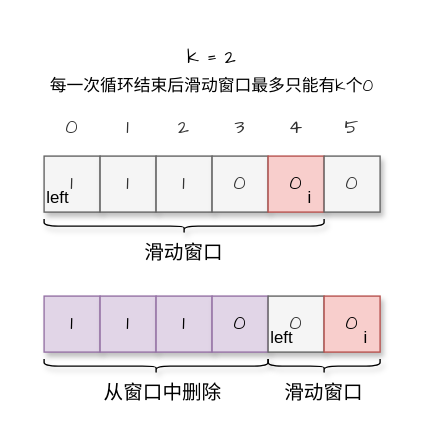
goldknife6/algorithm keeps this draw.io diagram as draw.io/最大连续1的个数III.drawio. Above is the earlier version. Source tidied: cells renumbered, new cells numbered last; positions are measured from the earlier drawing's top-left corner, leaving out a move shared by most shapes. Both pictures are drawn from the tidied source at 140%, with x=0, y=0 at pixel (29, 29).
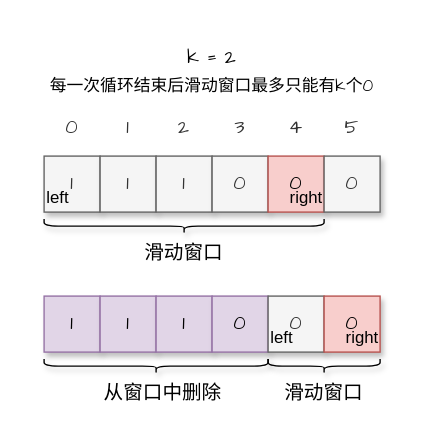
Above is the later version.

Commit message (it also covers changes not shown here):
更新最大连续1的个数III.drawio

Diff of the diagram source:
```diff
@@
-    <mxCell id="27" value="i" style="text;html=1;strokeColor=none;fillColor=none;align=center;verticalAlign=middle;whiteSpace=wrap;rounded=0;" parent="1" vertex="1">
-      <mxGeometry x="190" y="110" width="20" height="20" as="geometry" />
+    <mxCell id="27" value="right" style="text;html=1;strokeColor=none;fillColor=none;align=center;verticalAlign=middle;whiteSpace=wrap;rounded=0;" parent="1" vertex="1">
+      <mxGeometry x="185" y="110" width="25" height="20" as="geometry" />
     </mxCell>
-    <mxCell id="28" value="i" style="text;html=1;strokeColor=none;fillColor=none;align=center;verticalAlign=middle;whiteSpace=wrap;rounded=0;" parent="1" vertex="1">
-      <mxGeometry x="230" y="210" width="20" height="20" as="geometry" />
-    </mxCell>
@@
+    <mxCell id="32" value="right" style="text;html=1;strokeColor=none;fillColor=none;align=center;verticalAlign=middle;whiteSpace=wrap;rounded=0;" parent="1" vertex="1">
+      <mxGeometry x="225" y="210" width="25" height="20" as="geometry" />
+    </mxCell>
```
